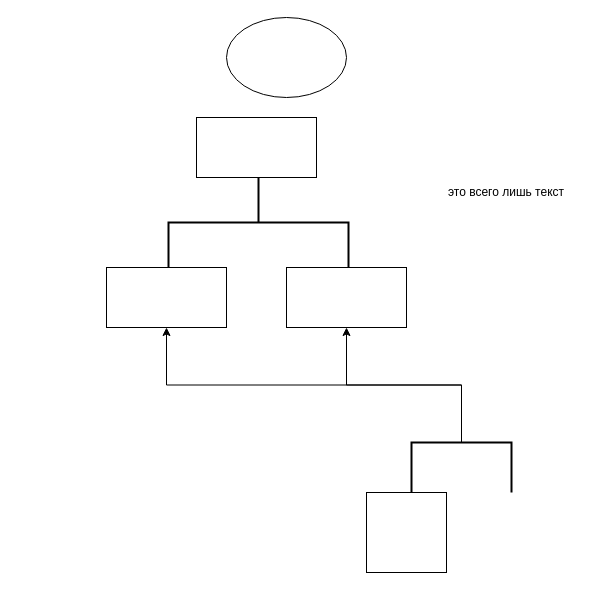
Before: noname.drawio in Purpursarkans/diagrams, a draw.io diagram. Source tidied: cells renumbered, new cells numbered last; positions are measured from the earlier drawing's top-left corner, leaving out a move shared by most shapes. Both pictures are drawn from the tidied source at 100%, with x=0, y=0 at pixel (106, 17).
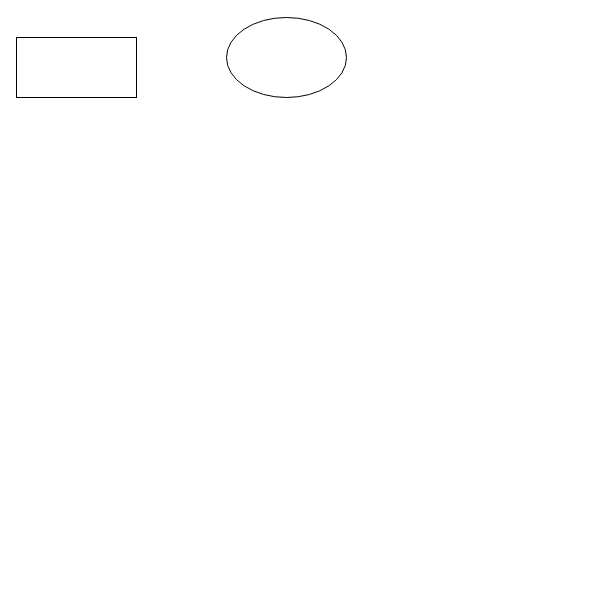
The same diagram, later.

Diff of the diagram source:
```diff
@@
 <mxGraphModel>
   <root>
     <mxCell id="0" />
     <mxCell id="1" parent="0" />
-    <mxCell id="2" style="rounded=0;whiteSpace=wrap;html=1;" parent="1" vertex="1">
-      <mxGeometry x="90" y="100" width="120" height="60" as="geometry" />
-    </mxCell>
-    <mxCell id="3" style="rounded=0;whiteSpace=wrap;html=1;" parent="1" vertex="1">
-      <mxGeometry x="180" y="250" width="120" height="60" as="geometry" />
-    </mxCell>
-    <mxCell id="4" style="strokeWidth=2;html=1;shape=mxgraph.flowchart.annotation_2;align=left;labelPosition=right;rotation=90;" parent="1" vertex="1">
-      <mxGeometry x="107" y="115" width="90" height="180" as="geometry" />
-    </mxCell>
-    <mxCell id="5" style="rounded=0;whiteSpace=wrap;html=1;" parent="1" vertex="1">
-      <mxGeometry y="250" width="120" height="60" as="geometry" />
-    </mxCell>
-    <mxCell id="6" style="edgeStyle=orthogonalEdgeStyle;rounded=0;jettySize=auto;html=1;exitX=0;exitY=0.5;exitDx=0;exitDy=0;exitPerimeter=0;" parent="1" edge="1" source="8" target="3">
-      <mxGeometry relative="1" as="geometry" />
-    </mxCell>
-    <mxCell id="7" style="edgeStyle=orthogonalEdgeStyle;rounded=0;jettySize=auto;html=1;exitX=0;exitY=0.5;exitDx=0;exitDy=0;exitPerimeter=0;entryX=0.5;entryY=1;entryDx=0;entryDy=0;" parent="1" edge="1" source="8" target="5">
-      <mxGeometry relative="1" as="geometry" />
-    </mxCell>
-    <mxCell id="8" style="strokeWidth=2;html=1;shape=mxgraph.flowchart.annotation_1;align=left;rotation=90;" parent="1" vertex="1">
-      <mxGeometry x="330" y="400" width="50" height="100" as="geometry" />
-    </mxCell>
-    <mxCell id="9" style="whiteSpace=wrap;html=1;" parent="1" vertex="1">
-      <mxGeometry x="260" y="475" width="80" height="80" as="geometry" />
-    </mxCell>
     <mxCell id="10" style="ellipse;whiteSpace=wrap;html=1;" parent="1" vertex="1">
       <mxGeometry x="120" width="120" height="80" as="geometry" />
     </mxCell>
-    <mxCell id="11" value="&lt;div&gt;это всего лишь текст&lt;/div&gt;" style="text;html=1;align=center;verticalAlign=middle;whiteSpace=wrap;rounded=0;glass=0;shadow=0;" parent="1" vertex="1">
-      <mxGeometry x="310" y="130" width="180" height="90" as="geometry" />
-    </mxCell>
+    <mxCell id="12" style="rounded=0;whiteSpace=wrap;html=1;" parent="1" vertex="1">
+      <mxGeometry x="-90" y="20" width="120" height="60" as="geometry" />
+    </mxCell>
   </root>
 </mxGraphModel>
```
